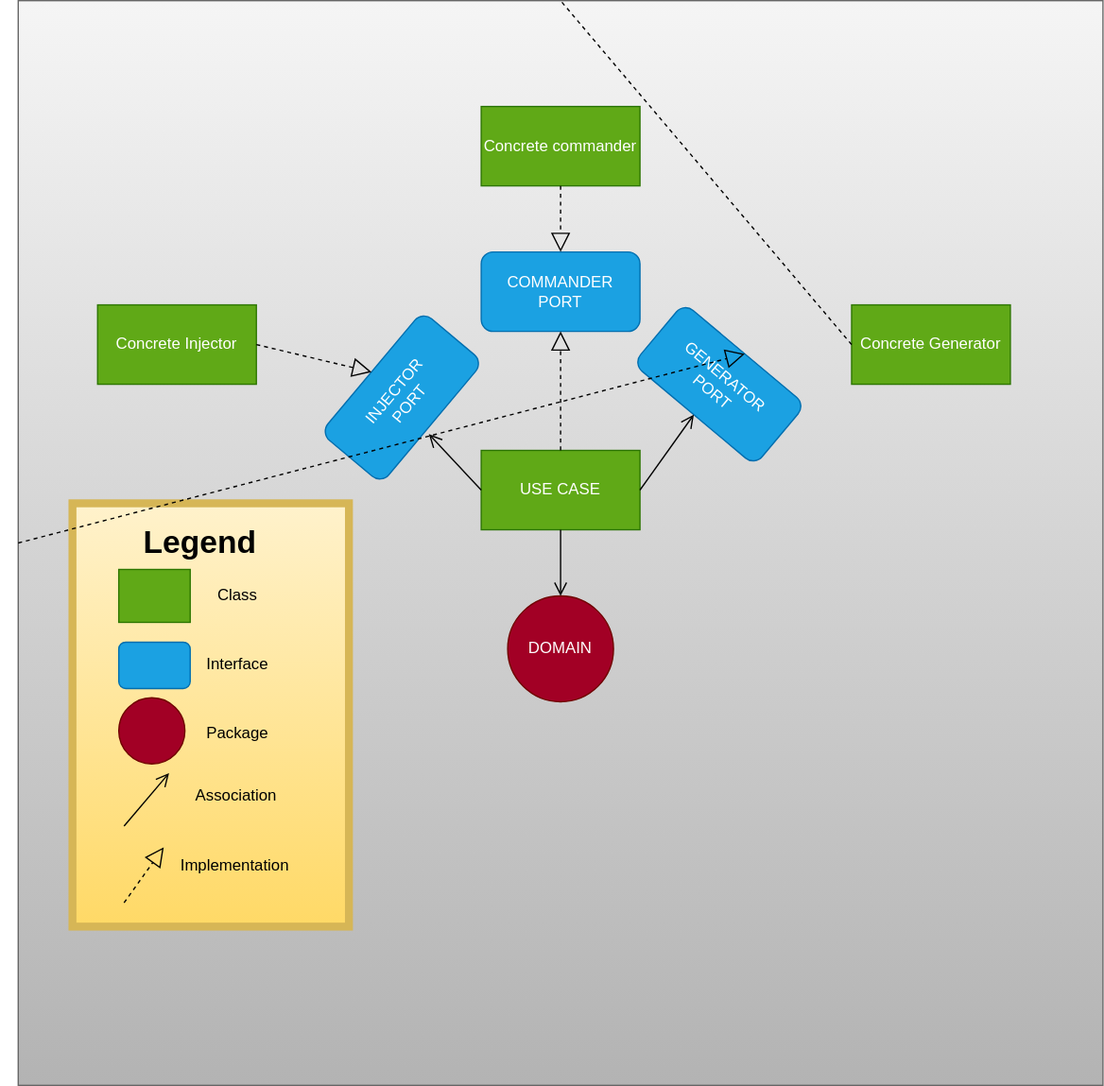
The draw.io diagram images/eneagonal-architecture.svg in nclsbayona/resume-generator, before a commit. Source tidied: cells renumbered, new cells last; positions are measured from the earlier drawing's top-left corner, leaving out a move shared by most shapes.
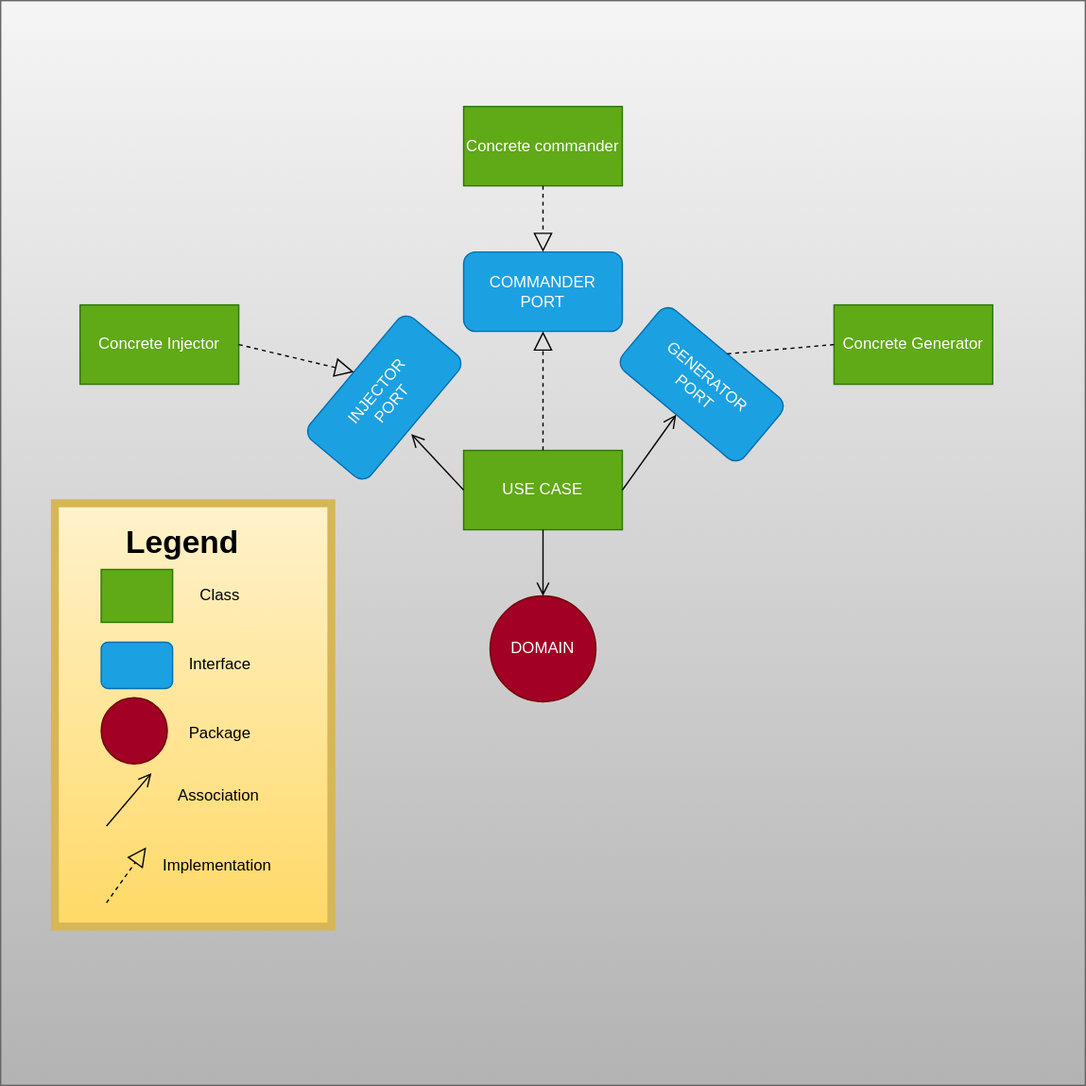
Later version of the same file.

Commit message:
docs: :art: Change diagram arrow

Diff of the diagram source:
```diff
@@ -38,9 +38,6 @@
     <mxCell id="13" style="endArrow=block;dashed=1;endFill=0;endSize=12;html=1;entryX=0.5;entryY=0;entryDx=0;entryDy=0;exitX=0.5;exitY=1;exitDx=0;exitDy=0;" parent="1" edge="1" source="9" target="11">
       <mxGeometry relative="1" as="geometry" />
     </mxCell>
-    <mxCell id="14" style="endArrow=block;dashed=1;endFill=0;endSize=12;html=1;entryX=0.5;entryY=0;entryDx=0;entryDy=0;exitX=0;exitY=0.5;exitDx=0;exitDy=0;startArrow=none;" parent="1" edge="1" source="2" target="5">
-      <mxGeometry relative="1" as="geometry" />
-    </mxCell>
     <mxCell id="15" style="endArrow=open;startArrow=none;endFill=0;startFill=0;endSize=8;html=1;verticalAlign=bottom;labelBackgroundColor=none;strokeWidth=1;exitX=1;exitY=0.5;exitDx=0;exitDy=0;entryX=0.5;entryY=1;entryDx=0;entryDy=0;" parent="1" edge="1" source="7" target="5">
       <mxGeometry relative="1" as="geometry" />
     </mxCell>
@@ -92,7 +89,7 @@
     <mxCell id="29" value="Implementation" style="text;html=1;strokeColor=none;fillColor=none;align=center;verticalAlign=middle;whiteSpace=wrap;rounded=0;" parent="1" vertex="1">
       <mxGeometry x="134" y="639" width="60" height="30" as="geometry" />
     </mxCell>
-    <mxCell id="30" style="endArrow=none;dashed=1;endFill=0;endSize=12;html=1;entryX=0.5;entryY=0;entryDx=0;entryDy=0;exitX=0;exitY=0.5;exitDx=0;exitDy=0;" parent="1" edge="1" source="10" target="2">
+    <mxCell id="30" style="endArrow=none;dashed=1;endFill=0;endSize=12;html=1;entryX=0.5;entryY=0;entryDx=0;entryDy=0;exitX=0;exitY=0.5;exitDx=0;exitDy=0;" parent="1" edge="1" source="10" target="5">
       <mxGeometry relative="1" as="geometry" />
     </mxCell>
   </root>
```
